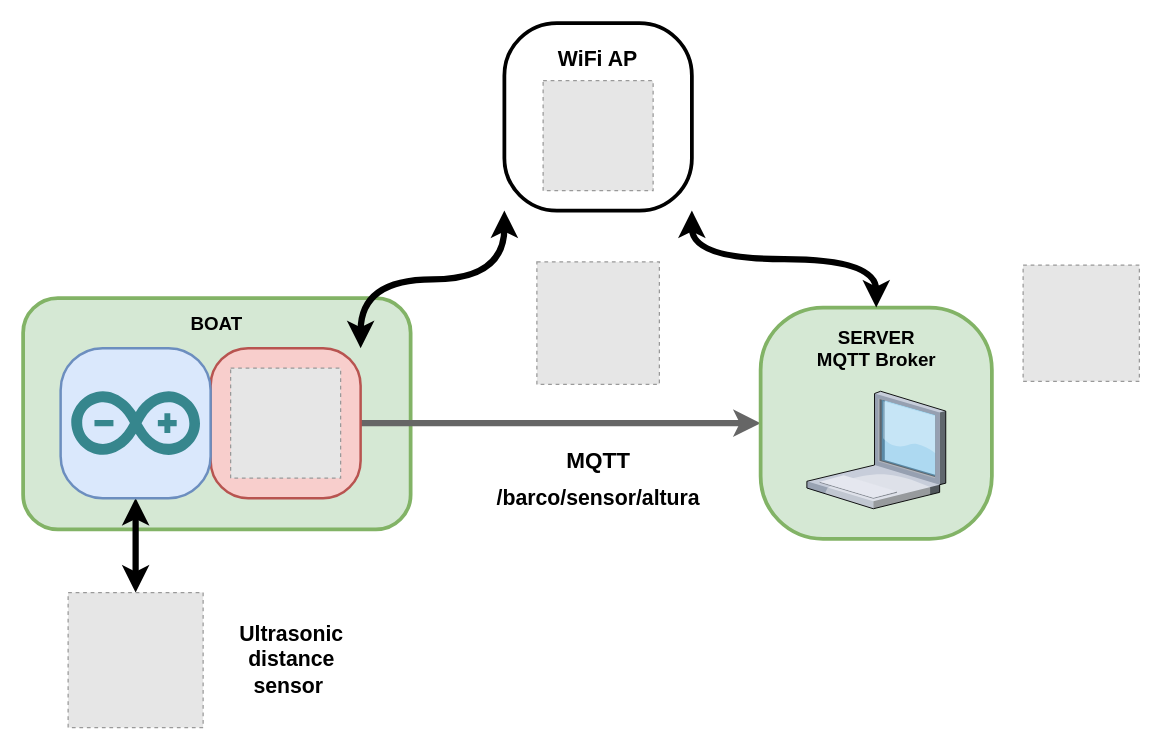
Earlier version of the draw.io diagram Untitled Diagram.drawio (javijnb/LPRO_diagrams). Source tidied: cells renumbered, new cells numbered last; positions are measured from the earlier drawing's top-left corner, leaving out a move shared by most shapes. Both pictures are drawn from the tidied source at 125%, with x=0, y=0 at pixel (22, 22). Pictures stored in the file or linked from it are replaced by grey dashed boxes.
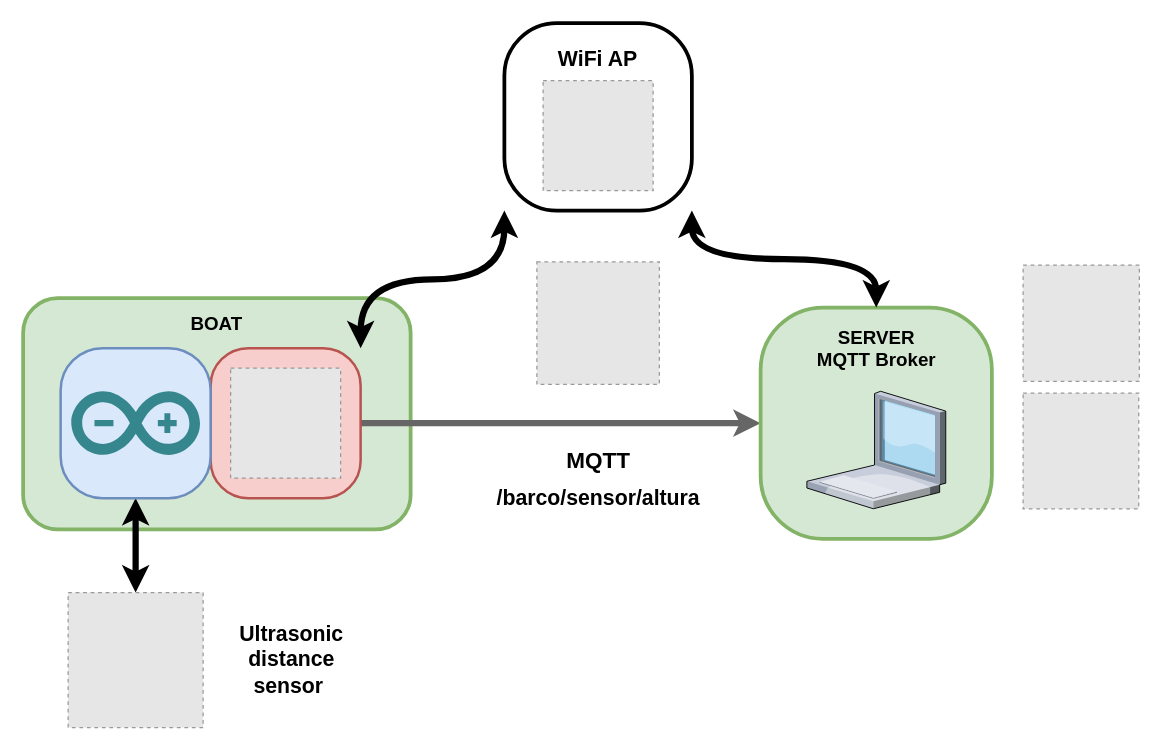
Above is the later version.

What changed in the source:
```diff
@@
+    <mxCell id="23" style="fillColor=#E6E6E6;strokeColor=#999999;dashed=1;verticalLabelPosition=bottom;verticalAlign=top;" parent="1" vertex="1">
+      <mxGeometry x="800" y="296" width="92.5" height="92.5" as="geometry" />
+    </mxCell>
```
